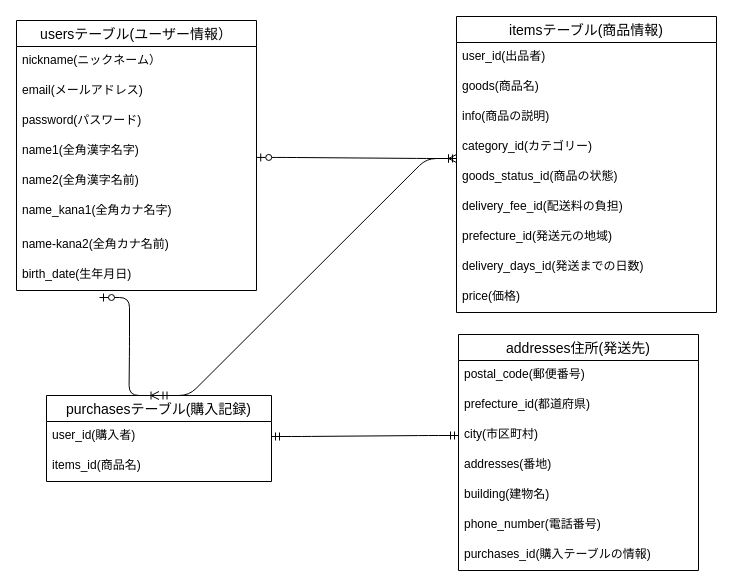
Earlier version of the draw.io diagram furima_er.dio (nishikawa-naonori/furima-33453). Source tidied: cells renumbered, new cells numbered last; positions are measured from the earlier drawing's top-left corner, leaving out a move shared by most shapes. Both pictures are drawn from the tidied source at 100%, with x=0, y=0 at pixel (16, 16).
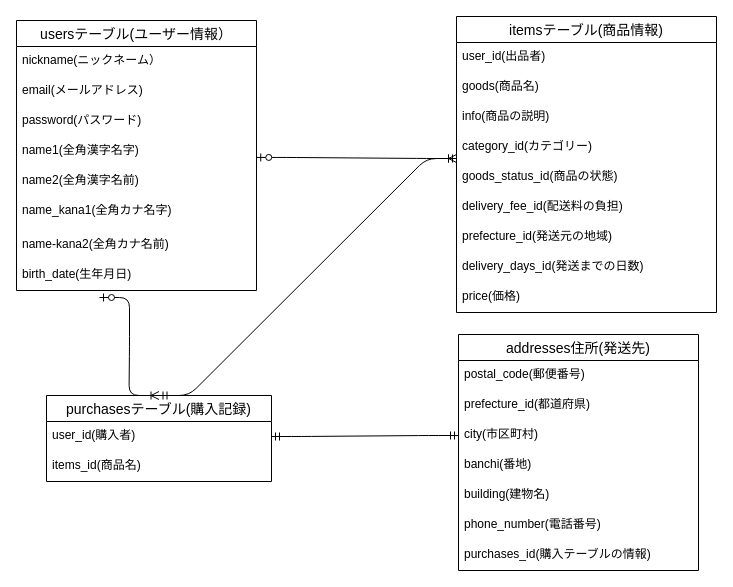
The same diagram, later.

The change refers to these unchanged cells:
```xml
<mxCell id="27" value="addresses住所(発送先)" style="swimlane;fontStyle=0;horizontal=1;startSize=26;align=center;fontSize=14;" parent="1" vertex="1">
  <mxGeometry x="442" y="318" width="240" height="236" as="geometry" />
</mxCell>
```

Change to the diagram source:
```diff
@@
-    <mxCell id="31" value="addresses(番地)" style="text;strokeColor=none;fillColor=none;spacingLeft=4;spacingRight=4;overflow=hidden;fontSize=12;" parent="27" vertex="1">
+    <mxCell id="31" value="banchi(番地)" style="text;strokeColor=none;fillColor=none;spacingLeft=4;spacingRight=4;overflow=hidden;fontSize=12;" parent="27" vertex="1">
       <mxGeometry y="116" width="240" height="30" as="geometry" />
     </mxCell>
```
